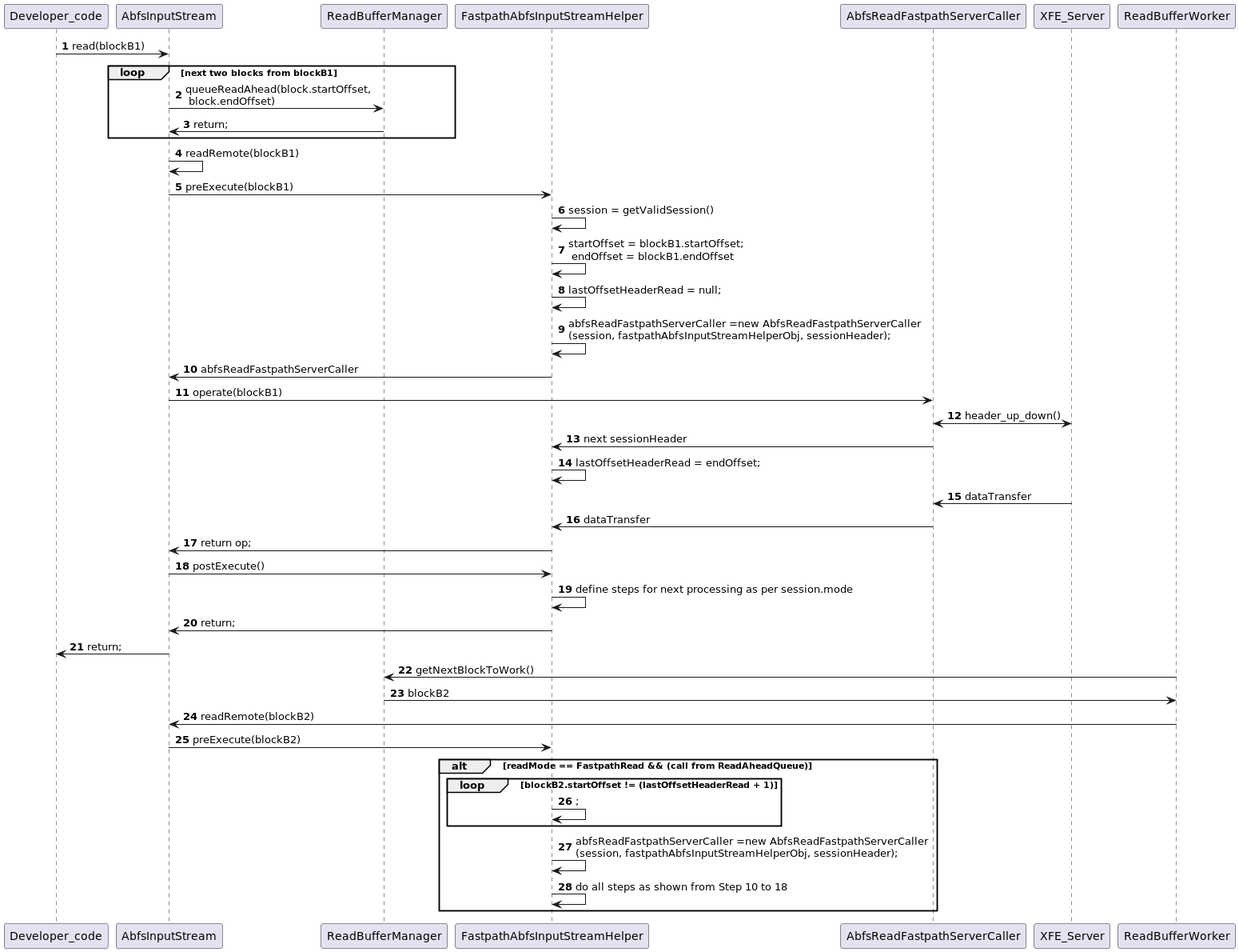
This is hadoop-tools/hadoop-azure/src/main/resources/diagrams/FastpathRestPreFetch.png from pranavsaxena-microsoft/hadoop, a PlantUML export, as it was before one commit.
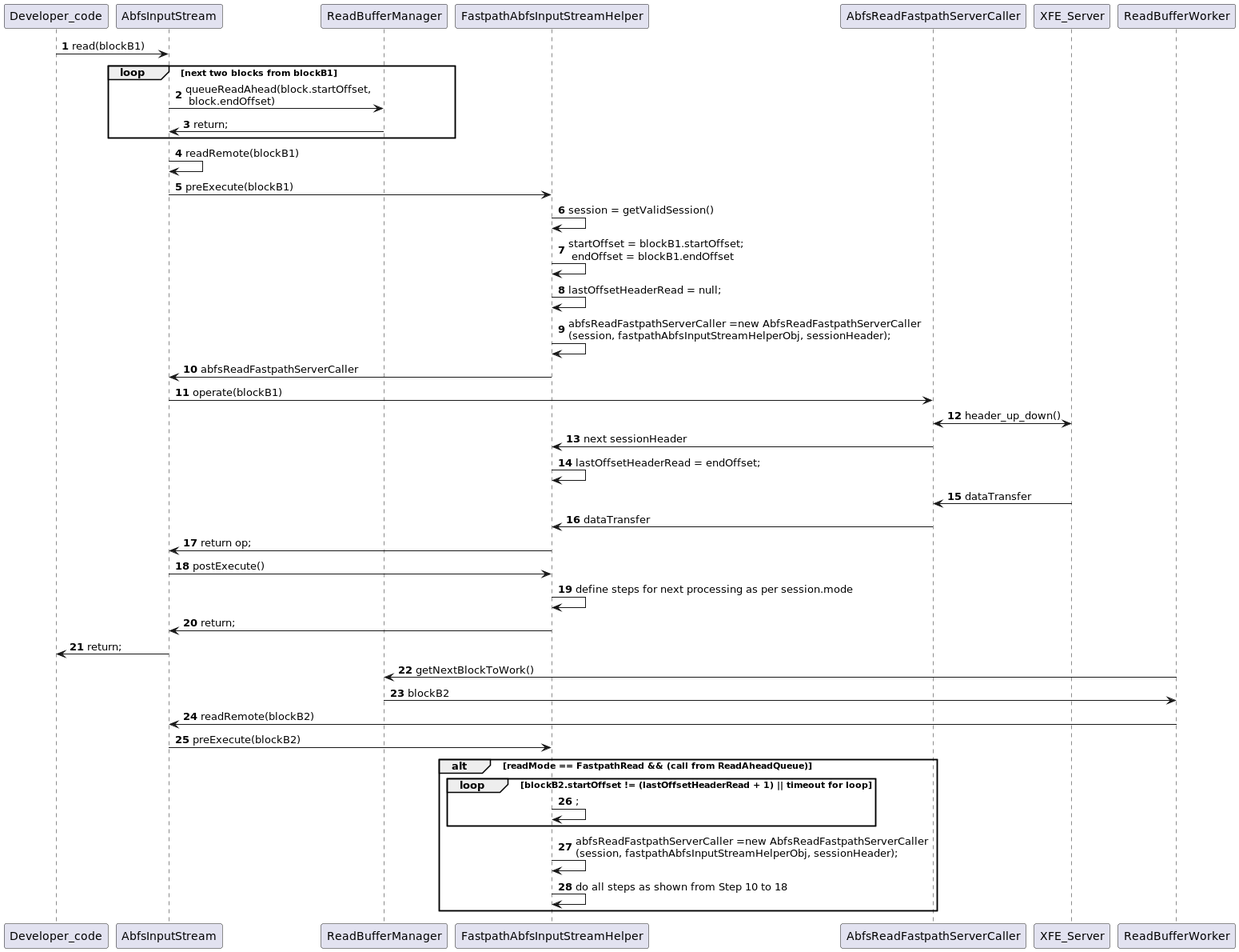
Above is the later version.

Change to the diagram source:
```diff
@@ -30,7 +30,7 @@
 ReadBufferWorker -> AbfsInputStream: readRemote(blockB2)
 AbfsInputStream -> FastpathAbfsInputStreamHelper: preExecute(blockB2)
 alt readMode == FastpathRead && (call from ReadAheadQueue)
-loop blockB2.startOffset != (lastOffsetHeaderRead + 1)
+loop blockB2.startOffset != (lastOffsetHeaderRead + 1) || timeout for loop
 FastpathAbfsInputStreamHelper -> FastpathAbfsInputStreamHelper:;
 end
 FastpathAbfsInputStreamHelper -> FastpathAbfsInputStreamHelper: abfsReadFastpathServerCaller =new AbfsReadFastpathServerCaller\n(session, fastpathAbfsInputStreamHelperObj, sessionHeader);
```
